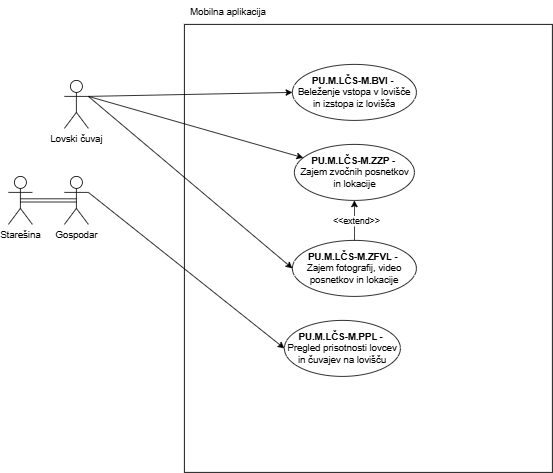
This is Lovski cuvaj-Mobilna aplikacija.drawio.png from ErnestISv/Lovstvo, a draw.io export, as it was before one commit. Source tidied: cells renumbered, new cells last; positions are measured from the earlier drawing's top-left corner, leaving out a move shared by most shapes.
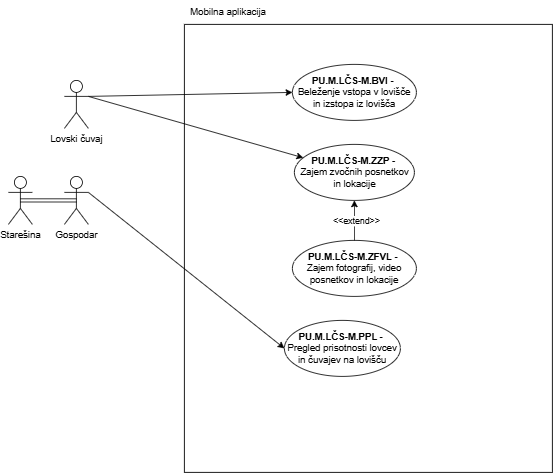
The same diagram one commit later.

The edit, as a diff of the source:
```diff
@@ -26,11 +26,6 @@
     <mxCell id="9" value="&lt;b&gt;PU.M.LČS-M.ZFVL&amp;nbsp;-&amp;nbsp;&lt;/b&gt;&lt;div&gt;Zajem fotografij, video posnetkov in lokacije&lt;/div&gt;" style="ellipse;whiteSpace=wrap;html=1;" parent="1" vertex="1">
       <mxGeometry x="355" y="300" width="155" height="70" as="geometry" />
     </mxCell>
-    <mxCell id="10" style="endArrow=classic;html=1;rounded=0;entryX=0;entryY=0.5;entryDx=0;entryDy=0;" parent="1" edge="1" target="9">
-      <mxGeometry relative="1" as="geometry">
-        <mxPoint x="100" y="120" as="sourcePoint" />
-      </mxGeometry>
-    </mxCell>
     <mxCell id="11" value="Mobilna aplikacija" style="text;html=1;align=center;verticalAlign=middle;whiteSpace=wrap;rounded=0;" parent="1" vertex="1">
       <mxGeometry x="220" width="110" height="30" as="geometry" />
     </mxCell>
```
